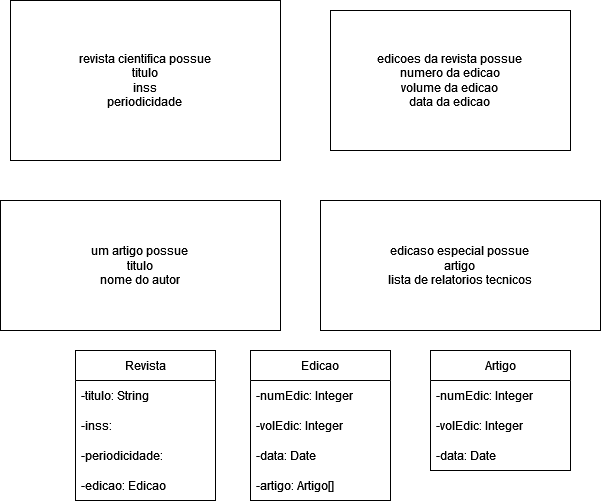
Before: a1/q2A1.drawio.png, a diagram exported from draw.io (Andra-sun/modelagem). Source tidied: cells renumbered, new cells last; positions are measured from the earlier drawing's top-left corner, leaving out a move shared by most shapes. The source it was exported from:
```xml
<mxGraphModel>
  <root>
    <mxCell id="0" />
    <mxCell id="1" parent="0" />
    <mxCell id="2" value="revista cientifica possue &lt;br&gt;titulo&lt;br&gt;inss&lt;br&gt;periodicidade" style="rounded=0;whiteSpace=wrap;html=1;" parent="1" vertex="1">
      <mxGeometry x="10" width="270" height="160" as="geometry" />
    </mxCell>
    <mxCell id="3" value="edicoes da revista possue&lt;br&gt;numero da edicao&lt;br&gt;volume da edicao&lt;br&gt;data da edicao" style="rounded=0;whiteSpace=wrap;html=1;" parent="1" vertex="1">
      <mxGeometry x="330" y="10" width="240" height="140" as="geometry" />
    </mxCell>
    <mxCell id="4" value="um artigo possue&lt;br&gt;titulo&lt;br&gt;nome do autor" style="rounded=0;whiteSpace=wrap;html=1;" parent="1" vertex="1">
      <mxGeometry y="200" width="280" height="130" as="geometry" />
    </mxCell>
    <mxCell id="5" value="edicaso especial possue&lt;br&gt;artigo&lt;br&gt;lista de relatorios tecnicos" style="rounded=0;whiteSpace=wrap;html=1;" parent="1" vertex="1">
      <mxGeometry x="320" y="200" width="280" height="130" as="geometry" />
    </mxCell>
    <mxCell id="6" value="Revista" style="swimlane;fontStyle=0;horizontal=1;startSize=30;whiteSpace=wrap;html=1;" parent="1" vertex="1">
      <mxGeometry x="75" y="350" width="140" height="150" as="geometry" />
    </mxCell>
    <mxCell id="7" value="-titulo: String" style="text;strokeColor=none;fillColor=none;align=left;verticalAlign=middle;spacingLeft=4;spacingRight=4;overflow=hidden;whiteSpace=wrap;html=1;" parent="6" vertex="1">
      <mxGeometry y="30" width="140" height="30" as="geometry" />
    </mxCell>
    <mxCell id="8" value="-inss: " style="text;strokeColor=none;fillColor=none;align=left;verticalAlign=middle;spacingLeft=4;spacingRight=4;overflow=hidden;whiteSpace=wrap;html=1;" parent="6" vertex="1">
      <mxGeometry y="60" width="140" height="30" as="geometry" />
    </mxCell>
    <mxCell id="9" value="-periodicidade:" style="text;strokeColor=none;fillColor=none;align=left;verticalAlign=middle;spacingLeft=4;spacingRight=4;overflow=hidden;whiteSpace=wrap;html=1;" parent="6" vertex="1">
      <mxGeometry y="90" width="140" height="30" as="geometry" />
    </mxCell>
    <mxCell id="10" value="-edicao: Edicao" style="text;strokeColor=none;fillColor=none;align=left;verticalAlign=middle;spacingLeft=4;spacingRight=4;overflow=hidden;whiteSpace=wrap;html=1;" parent="6" vertex="1">
      <mxGeometry y="120" width="140" height="30" as="geometry" />
    </mxCell>
    <mxCell id="11" value="Edicao" style="swimlane;fontStyle=0;horizontal=1;startSize=30;whiteSpace=wrap;html=1;" parent="1" vertex="1">
      <mxGeometry x="250" y="350" width="140" height="150" as="geometry" />
    </mxCell>
    <mxCell id="12" value="-numEdic: Integer" style="text;strokeColor=none;fillColor=none;align=left;verticalAlign=middle;spacingLeft=4;spacingRight=4;overflow=hidden;whiteSpace=wrap;html=1;" parent="11" vertex="1">
      <mxGeometry y="30" width="140" height="30" as="geometry" />
    </mxCell>
    <mxCell id="13" value="-volEdic: Integer" style="text;strokeColor=none;fillColor=none;align=left;verticalAlign=middle;spacingLeft=4;spacingRight=4;overflow=hidden;whiteSpace=wrap;html=1;" parent="11" vertex="1">
      <mxGeometry y="60" width="140" height="30" as="geometry" />
    </mxCell>
    <mxCell id="14" value="-data: Date" style="text;strokeColor=none;fillColor=none;align=left;verticalAlign=middle;spacingLeft=4;spacingRight=4;overflow=hidden;whiteSpace=wrap;html=1;" parent="11" vertex="1">
      <mxGeometry y="90" width="140" height="30" as="geometry" />
    </mxCell>
    <mxCell id="15" value="-artigo: Artigo[]" style="text;strokeColor=none;fillColor=none;align=left;verticalAlign=middle;spacingLeft=4;spacingRight=4;overflow=hidden;whiteSpace=wrap;html=1;" parent="11" vertex="1">
      <mxGeometry y="120" width="140" height="30" as="geometry" />
    </mxCell>
    <mxCell id="16" value="Artigo" style="swimlane;fontStyle=0;horizontal=1;startSize=30;whiteSpace=wrap;html=1;" parent="1" vertex="1">
      <mxGeometry x="430" y="350" width="140" height="120" as="geometry" />
    </mxCell>
    <mxCell id="17" value="-numEdic: Integer" style="text;strokeColor=none;fillColor=none;align=left;verticalAlign=middle;spacingLeft=4;spacingRight=4;overflow=hidden;whiteSpace=wrap;html=1;" parent="16" vertex="1">
      <mxGeometry y="30" width="140" height="30" as="geometry" />
    </mxCell>
    <mxCell id="18" value="-volEdic: Integer" style="text;strokeColor=none;fillColor=none;align=left;verticalAlign=middle;spacingLeft=4;spacingRight=4;overflow=hidden;whiteSpace=wrap;html=1;" parent="16" vertex="1">
      <mxGeometry y="60" width="140" height="30" as="geometry" />
    </mxCell>
    <mxCell id="19" value="-data: Date" style="text;strokeColor=none;fillColor=none;align=left;verticalAlign=middle;spacingLeft=4;spacingRight=4;overflow=hidden;whiteSpace=wrap;html=1;" parent="16" vertex="1">
      <mxGeometry y="90" width="140" height="30" as="geometry" />
    </mxCell>
  </root>
</mxGraphModel>
```
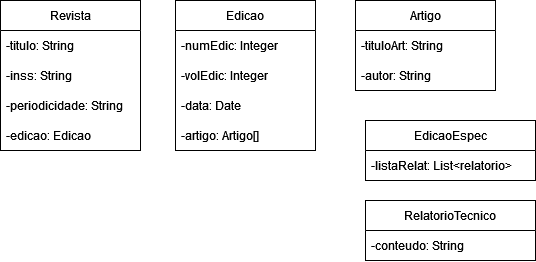
Above is the later version.

Change to the diagram source:
```diff
@@ -2,28 +2,16 @@
   <root>
     <mxCell id="0" />
     <mxCell id="1" parent="0" />
-    <mxCell id="2" value="revista cientifica possue &lt;br&gt;titulo&lt;br&gt;inss&lt;br&gt;periodicidade" style="rounded=0;whiteSpace=wrap;html=1;" parent="1" vertex="1">
-      <mxGeometry x="10" width="270" height="160" as="geometry" />
-    </mxCell>
-    <mxCell id="3" value="edicoes da revista possue&lt;br&gt;numero da edicao&lt;br&gt;volume da edicao&lt;br&gt;data da edicao" style="rounded=0;whiteSpace=wrap;html=1;" parent="1" vertex="1">
-      <mxGeometry x="330" y="10" width="240" height="140" as="geometry" />
-    </mxCell>
-    <mxCell id="4" value="um artigo possue&lt;br&gt;titulo&lt;br&gt;nome do autor" style="rounded=0;whiteSpace=wrap;html=1;" parent="1" vertex="1">
-      <mxGeometry y="200" width="280" height="130" as="geometry" />
-    </mxCell>
-    <mxCell id="5" value="edicaso especial possue&lt;br&gt;artigo&lt;br&gt;lista de relatorios tecnicos" style="rounded=0;whiteSpace=wrap;html=1;" parent="1" vertex="1">
-      <mxGeometry x="320" y="200" width="280" height="130" as="geometry" />
-    </mxCell>
     <mxCell id="6" value="Revista" style="swimlane;fontStyle=0;horizontal=1;startSize=30;whiteSpace=wrap;html=1;" parent="1" vertex="1">
       <mxGeometry x="75" y="350" width="140" height="150" as="geometry" />
     </mxCell>
     <mxCell id="7" value="-titulo: String" style="text;strokeColor=none;fillColor=none;align=left;verticalAlign=middle;spacingLeft=4;spacingRight=4;overflow=hidden;whiteSpace=wrap;html=1;" parent="6" vertex="1">
       <mxGeometry y="30" width="140" height="30" as="geometry" />
     </mxCell>
-    <mxCell id="8" value="-inss: " style="text;strokeColor=none;fillColor=none;align=left;verticalAlign=middle;spacingLeft=4;spacingRight=4;overflow=hidden;whiteSpace=wrap;html=1;" parent="6" vertex="1">
+    <mxCell id="8" value="-inss: String" style="text;strokeColor=none;fillColor=none;align=left;verticalAlign=middle;spacingLeft=4;spacingRight=4;overflow=hidden;whiteSpace=wrap;html=1;" parent="6" vertex="1">
       <mxGeometry y="60" width="140" height="30" as="geometry" />
     </mxCell>
-    <mxCell id="9" value="-periodicidade:" style="text;strokeColor=none;fillColor=none;align=left;verticalAlign=middle;spacingLeft=4;spacingRight=4;overflow=hidden;whiteSpace=wrap;html=1;" parent="6" vertex="1">
+    <mxCell id="9" value="-periodicidade: String" style="text;strokeColor=none;fillColor=none;align=left;verticalAlign=middle;spacingLeft=4;spacingRight=4;overflow=hidden;whiteSpace=wrap;html=1;" parent="6" vertex="1">
       <mxGeometry y="90" width="140" height="30" as="geometry" />
     </mxCell>
     <mxCell id="10" value="-edicao: Edicao" style="text;strokeColor=none;fillColor=none;align=left;verticalAlign=middle;spacingLeft=4;spacingRight=4;overflow=hidden;whiteSpace=wrap;html=1;" parent="6" vertex="1">
@@ -45,16 +33,25 @@
       <mxGeometry y="120" width="140" height="30" as="geometry" />
     </mxCell>
     <mxCell id="16" value="Artigo" style="swimlane;fontStyle=0;horizontal=1;startSize=30;whiteSpace=wrap;html=1;" parent="1" vertex="1">
-      <mxGeometry x="430" y="350" width="140" height="120" as="geometry" />
+      <mxGeometry x="430" y="350" width="140" height="90" as="geometry" />
     </mxCell>
-    <mxCell id="17" value="-numEdic: Integer" style="text;strokeColor=none;fillColor=none;align=left;verticalAlign=middle;spacingLeft=4;spacingRight=4;overflow=hidden;whiteSpace=wrap;html=1;" parent="16" vertex="1">
+    <mxCell id="17" value="-tituloArt: String" style="text;strokeColor=none;fillColor=none;align=left;verticalAlign=middle;spacingLeft=4;spacingRight=4;overflow=hidden;whiteSpace=wrap;html=1;" parent="16" vertex="1">
       <mxGeometry y="30" width="140" height="30" as="geometry" />
     </mxCell>
-    <mxCell id="18" value="-volEdic: Integer" style="text;strokeColor=none;fillColor=none;align=left;verticalAlign=middle;spacingLeft=4;spacingRight=4;overflow=hidden;whiteSpace=wrap;html=1;" parent="16" vertex="1">
+    <mxCell id="18" value="-autor: String" style="text;strokeColor=none;fillColor=none;align=left;verticalAlign=middle;spacingLeft=4;spacingRight=4;overflow=hidden;whiteSpace=wrap;html=1;" parent="16" vertex="1">
       <mxGeometry y="60" width="140" height="30" as="geometry" />
     </mxCell>
-    <mxCell id="19" value="-data: Date" style="text;strokeColor=none;fillColor=none;align=left;verticalAlign=middle;spacingLeft=4;spacingRight=4;overflow=hidden;whiteSpace=wrap;html=1;" parent="16" vertex="1">
-      <mxGeometry y="90" width="140" height="30" as="geometry" />
-    </mxCell>
+    <mxCell id="20" value="EdicaoEspec" style="swimlane;fontStyle=0;horizontal=1;startSize=30;whiteSpace=wrap;html=1;" parent="1" vertex="1">
+      <mxGeometry x="440" y="470" width="170" height="60" as="geometry" />
+    </mxCell>
+    <mxCell id="21" value="-listaRelat: List&amp;lt;relatorio&amp;gt;" style="text;strokeColor=none;fillColor=none;align=left;verticalAlign=middle;spacingLeft=4;spacingRight=4;overflow=hidden;whiteSpace=wrap;html=1;" parent="20" vertex="1">
+      <mxGeometry y="30" width="170" height="30" as="geometry" />
+    </mxCell>
+    <mxCell id="22" value="RelatorioTecnico" style="swimlane;fontStyle=0;horizontal=1;startSize=30;whiteSpace=wrap;html=1;" parent="1" vertex="1">
+      <mxGeometry x="440" y="550" width="170" height="60" as="geometry" />
+    </mxCell>
+    <mxCell id="23" value="-conteudo: String" style="text;strokeColor=none;fillColor=none;align=left;verticalAlign=middle;spacingLeft=4;spacingRight=4;overflow=hidden;whiteSpace=wrap;html=1;" parent="22" vertex="1">
+      <mxGeometry y="30" width="170" height="30" as="geometry" />
+    </mxCell>
   </root>
 </mxGraphModel>
```
